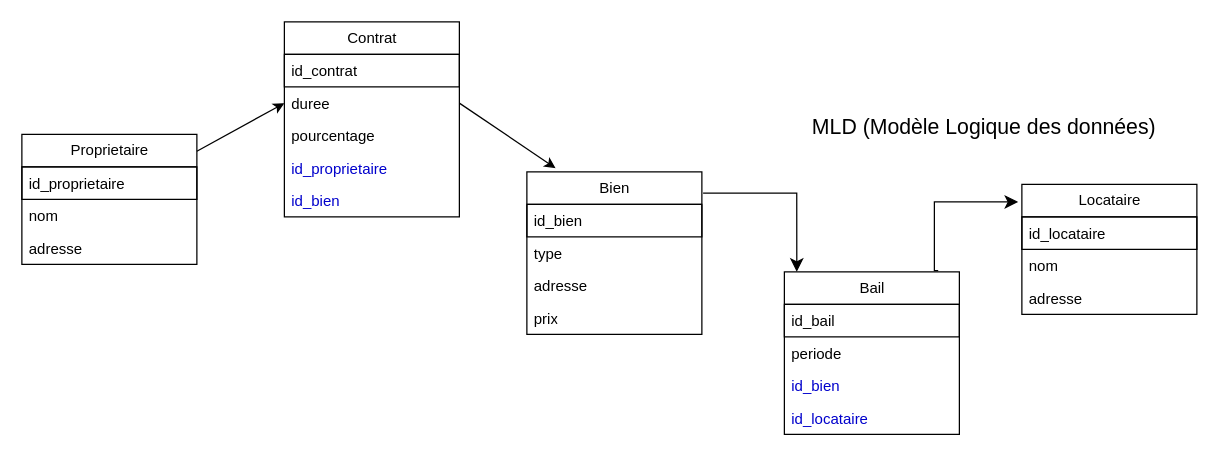
Above: MLD.Drawio in FuFu2127/MCD---MLD---MPD (draw.io), before the change. Source tidied: cells renumbered, new cells numbered last; positions are measured from the earlier drawing's top-left corner, leaving out a move shared by most shapes. Both pictures are drawn from the tidied source at 125%, with x=0, y=0 at pixel (21, 21).
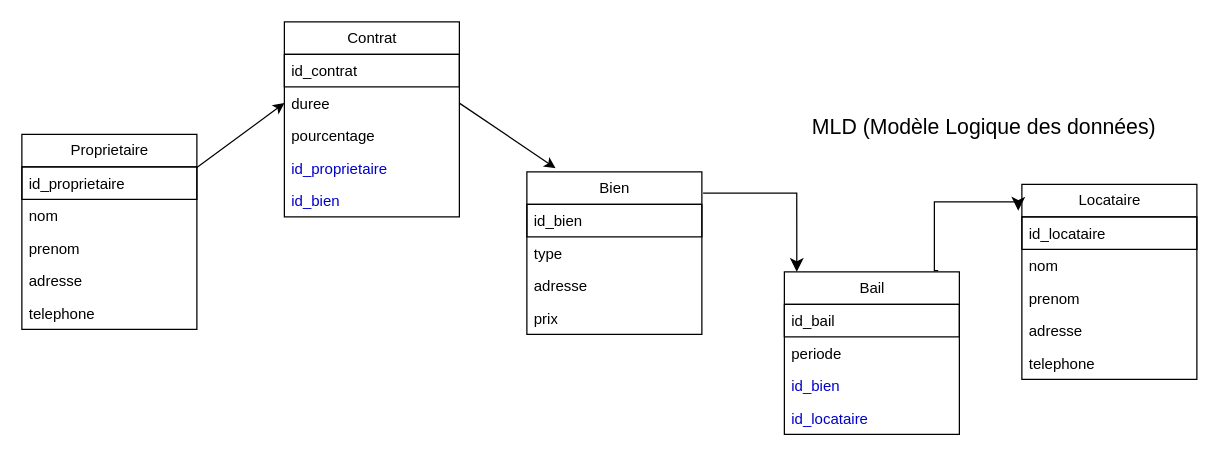
Above is the later version.

Change to the diagram source:
```diff
@@
     <mxCell id="2" value="Proprietaire" style="swimlane;fontStyle=0;horizontal=1;startSize=26;fillColor=none;html=1;" parent="1" vertex="1">
-      <mxGeometry y="90" width="140" height="104" as="geometry" />
+      <mxGeometry y="90" width="140" height="156" as="geometry" />
     </mxCell>
@@
-    <mxCell id="5" value="adresse" style="text;strokeColor=none;fillColor=none;align=left;verticalAlign=top;spacingLeft=4;spacingRight=4;overflow=hidden;whiteSpace=wrap;html=1;" parent="2" vertex="1">
+    <mxCell id="5" value="prenom" style="text;strokeColor=none;fillColor=none;align=left;verticalAlign=top;spacingLeft=4;spacingRight=4;overflow=hidden;whiteSpace=wrap;html=1;" parent="2" vertex="1">
       <mxGeometry y="78" width="140" height="26" as="geometry" />
     </mxCell>
+    <mxCell id="31" value="adresse" style="text;strokeColor=none;fillColor=none;align=left;verticalAlign=top;spacingLeft=4;spacingRight=4;overflow=hidden;whiteSpace=wrap;html=1;" parent="2" vertex="1">
+      <mxGeometry y="104" width="140" height="26" as="geometry" />
+    </mxCell>
+    <mxCell id="32" value="telephone" style="text;strokeColor=none;fillColor=none;align=left;verticalAlign=top;spacingLeft=4;spacingRight=4;overflow=hidden;whiteSpace=wrap;html=1;" parent="2" vertex="1">
+      <mxGeometry y="130" width="140" height="26" as="geometry" />
+    </mxCell>
@@
     <mxCell id="22" value="Locataire" style="swimlane;fontStyle=0;horizontal=1;startSize=26;fillColor=none;html=1;" parent="1" vertex="1">
-      <mxGeometry x="800" y="130" width="140" height="104" as="geometry" />
+      <mxGeometry x="800" y="130" width="140" height="156" as="geometry" />
     </mxCell>
@@
-    <mxCell id="25" value="adresse" style="text;strokeColor=none;fillColor=none;align=left;verticalAlign=top;spacingLeft=4;spacingRight=4;overflow=hidden;whiteSpace=wrap;html=1;" parent="22" vertex="1">
+    <mxCell id="25" value="prenom" style="text;strokeColor=none;fillColor=none;align=left;verticalAlign=top;spacingLeft=4;spacingRight=4;overflow=hidden;whiteSpace=wrap;html=1;" parent="22" vertex="1">
       <mxGeometry y="78" width="140" height="26" as="geometry" />
     </mxCell>
+    <mxCell id="33" value="adresse" style="text;strokeColor=none;fillColor=none;align=left;verticalAlign=top;spacingLeft=4;spacingRight=4;overflow=hidden;whiteSpace=wrap;html=1;" parent="22" vertex="1">
+      <mxGeometry y="104" width="140" height="26" as="geometry" />
+    </mxCell>
+    <mxCell id="34" value="telephone" style="text;strokeColor=none;fillColor=none;align=left;verticalAlign=top;spacingLeft=4;spacingRight=4;overflow=hidden;whiteSpace=wrap;html=1;" parent="22" vertex="1">
+      <mxGeometry y="130" width="140" height="26" as="geometry" />
+    </mxCell>
```
